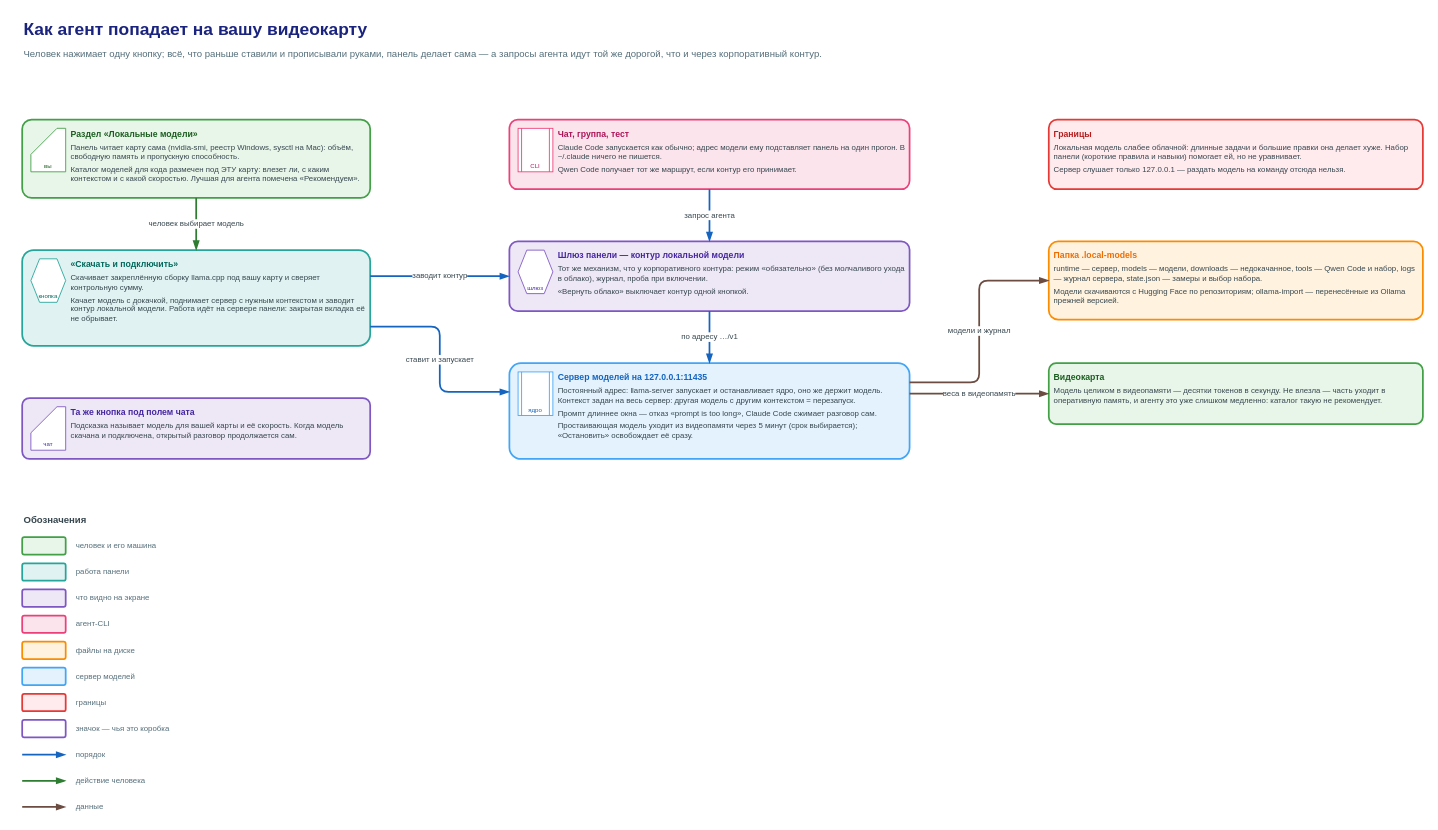
Earlier version of the draw.io diagram docs/diagrams/localModels-guide/localModels-guide.drawio (rusyander/claude-control). Source tidied: cells renumbered, new cells numbered last; positions are measured from the earlier drawing's top-left corner, leaving out a move shared by most shapes. Both pictures are drawn from the tidied source at 87%, with x=0, y=0 at pixel (22, 15).
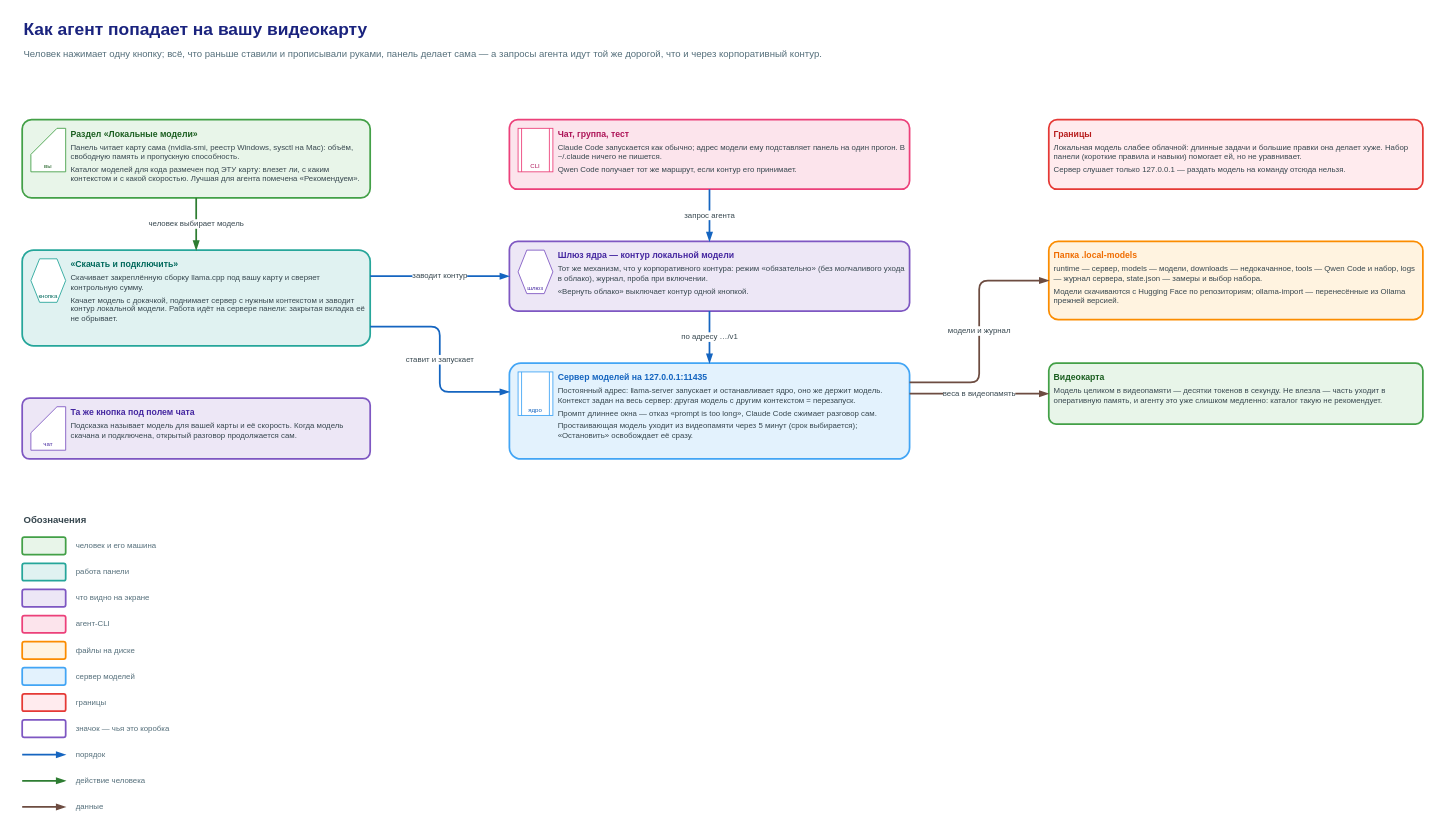
After the change.

The edit, as a diff of the source:
```diff
@@
-    <mxCell id="12" value="&lt;div style=&quot;font-size:10px;font-weight:600;color:#4527A0;text-align:left&quot;&gt;Шлюз панели — контур локальной модели&lt;/div&gt;&lt;div style=&quot;font-size:9px;text-align:left;margin-top:4px&quot;&gt;Тот же механизм, что у корпоративного контура: режим «обязательно» (без молчаливого ухода в облако), журнал, проба при включении.&lt;/div&gt;&lt;div style=&quot;font-size:9px;text-align:left;margin-top:4px&quot;&gt;«Вернуть облако» выключает контур одной кнопкой.&lt;/div&gt;" style="rounded=1;arcSize=12;fillColor=#EDE7F6;strokeColor=#7E57C2;strokeWidth=2;html=1;whiteSpace=wrap;align=left;verticalAlign=top;spacing=6;fontSize=9;fontColor=#37474F;spacingLeft=50;informational=1;" parent="1" vertex="1">
+    <mxCell id="12" value="&lt;div style=&quot;font-size:10px;font-weight:600;color:#4527A0;text-align:left&quot;&gt;Шлюз ядра — контур локальной модели&lt;/div&gt;&lt;div style=&quot;font-size:9px;text-align:left;margin-top:4px&quot;&gt;Тот же механизм, что у корпоративного контура: режим «обязательно» (без молчаливого ухода в облако), журнал, проба при включении.&lt;/div&gt;&lt;div style=&quot;font-size:9px;text-align:left;margin-top:4px&quot;&gt;«Вернуть облако» выключает контур одной кнопкой.&lt;/div&gt;" style="rounded=1;arcSize=12;fillColor=#EDE7F6;strokeColor=#7E57C2;strokeWidth=2;html=1;whiteSpace=wrap;align=left;verticalAlign=top;spacing=6;fontSize=9;fontColor=#37474F;spacingLeft=50;informational=1;" parent="1" vertex="1">
       <mxGeometry x="560" y="260" width="460" height="80" as="geometry" />
     </mxCell>
```
